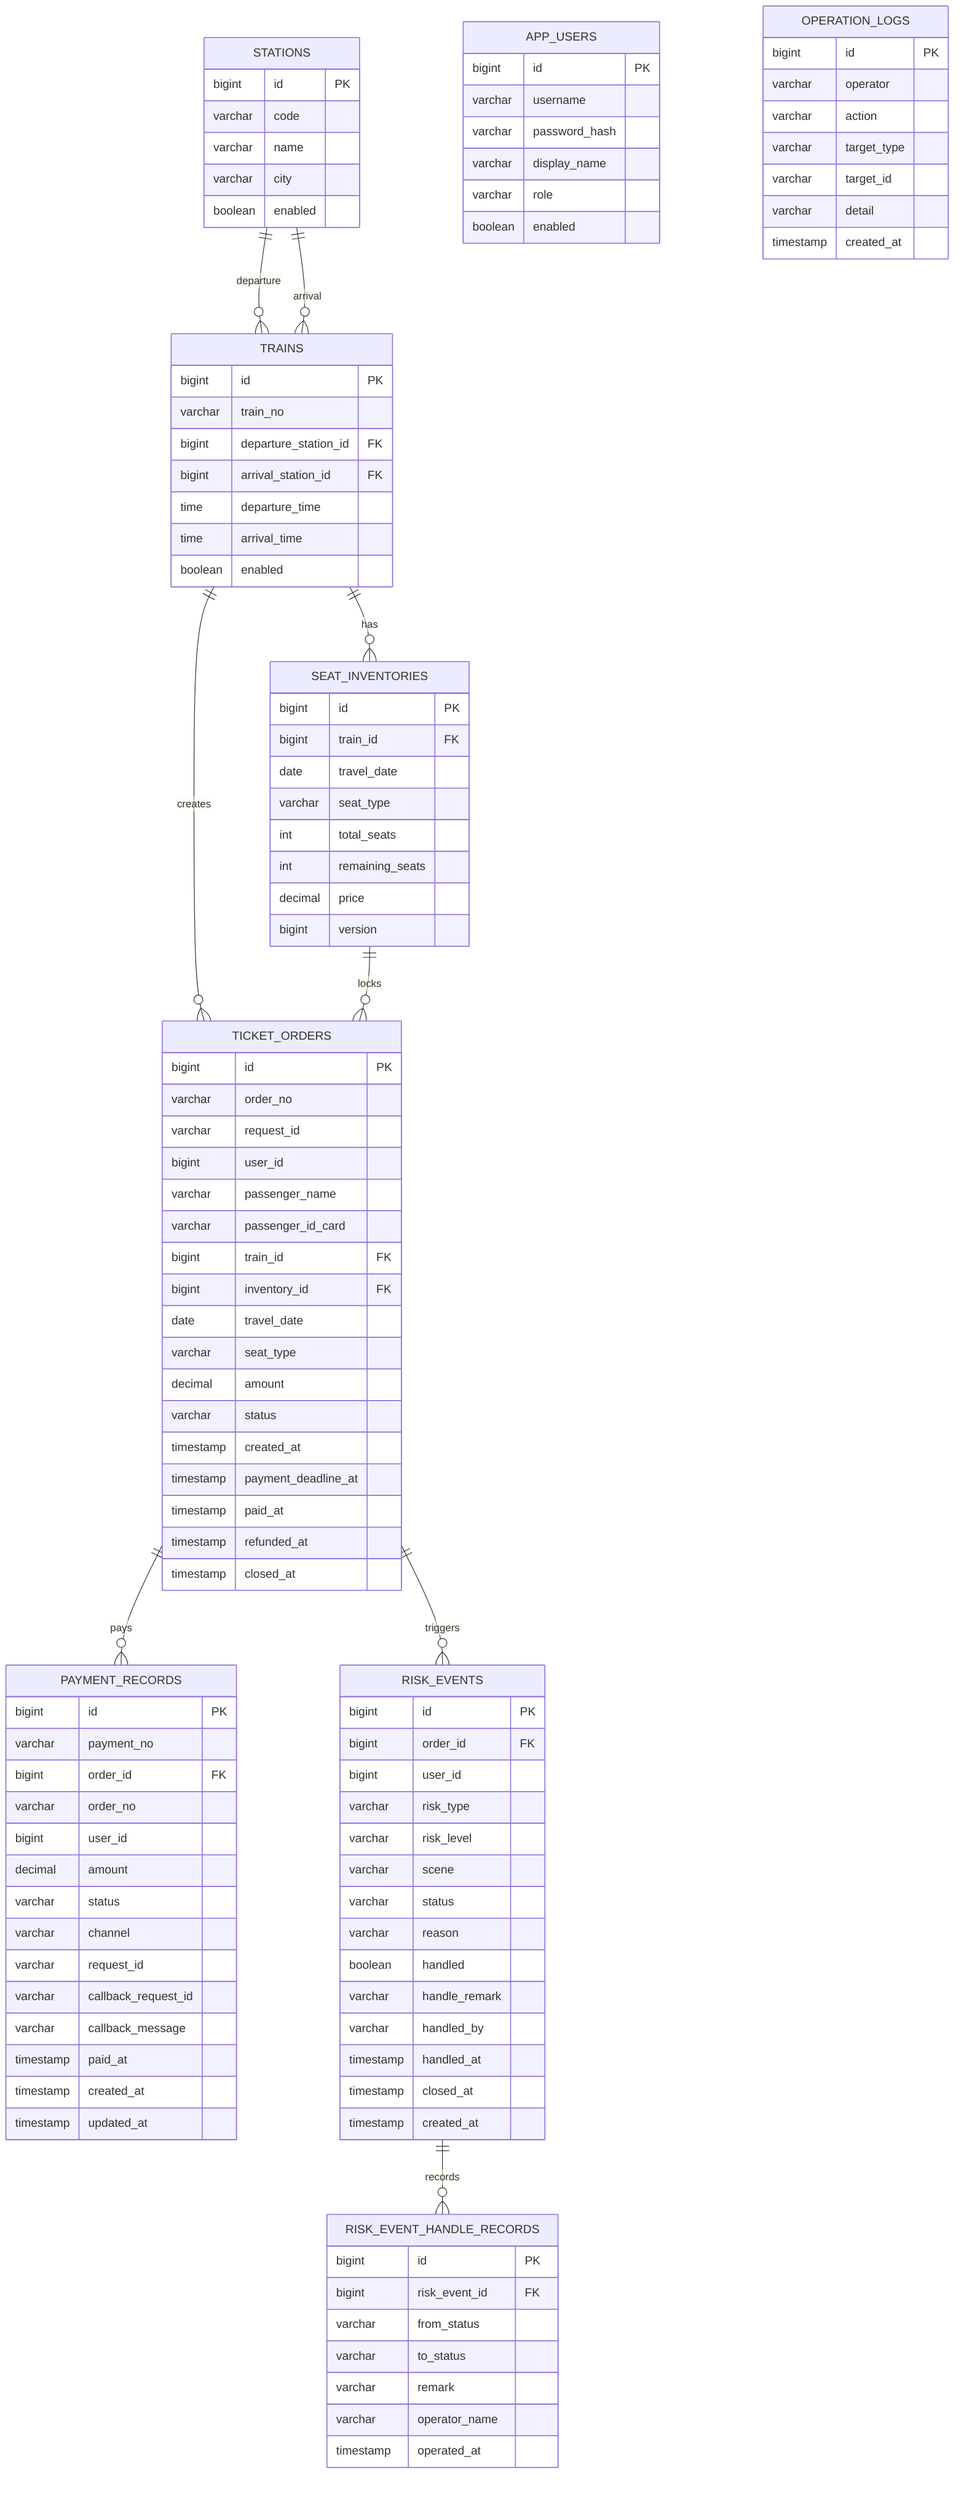
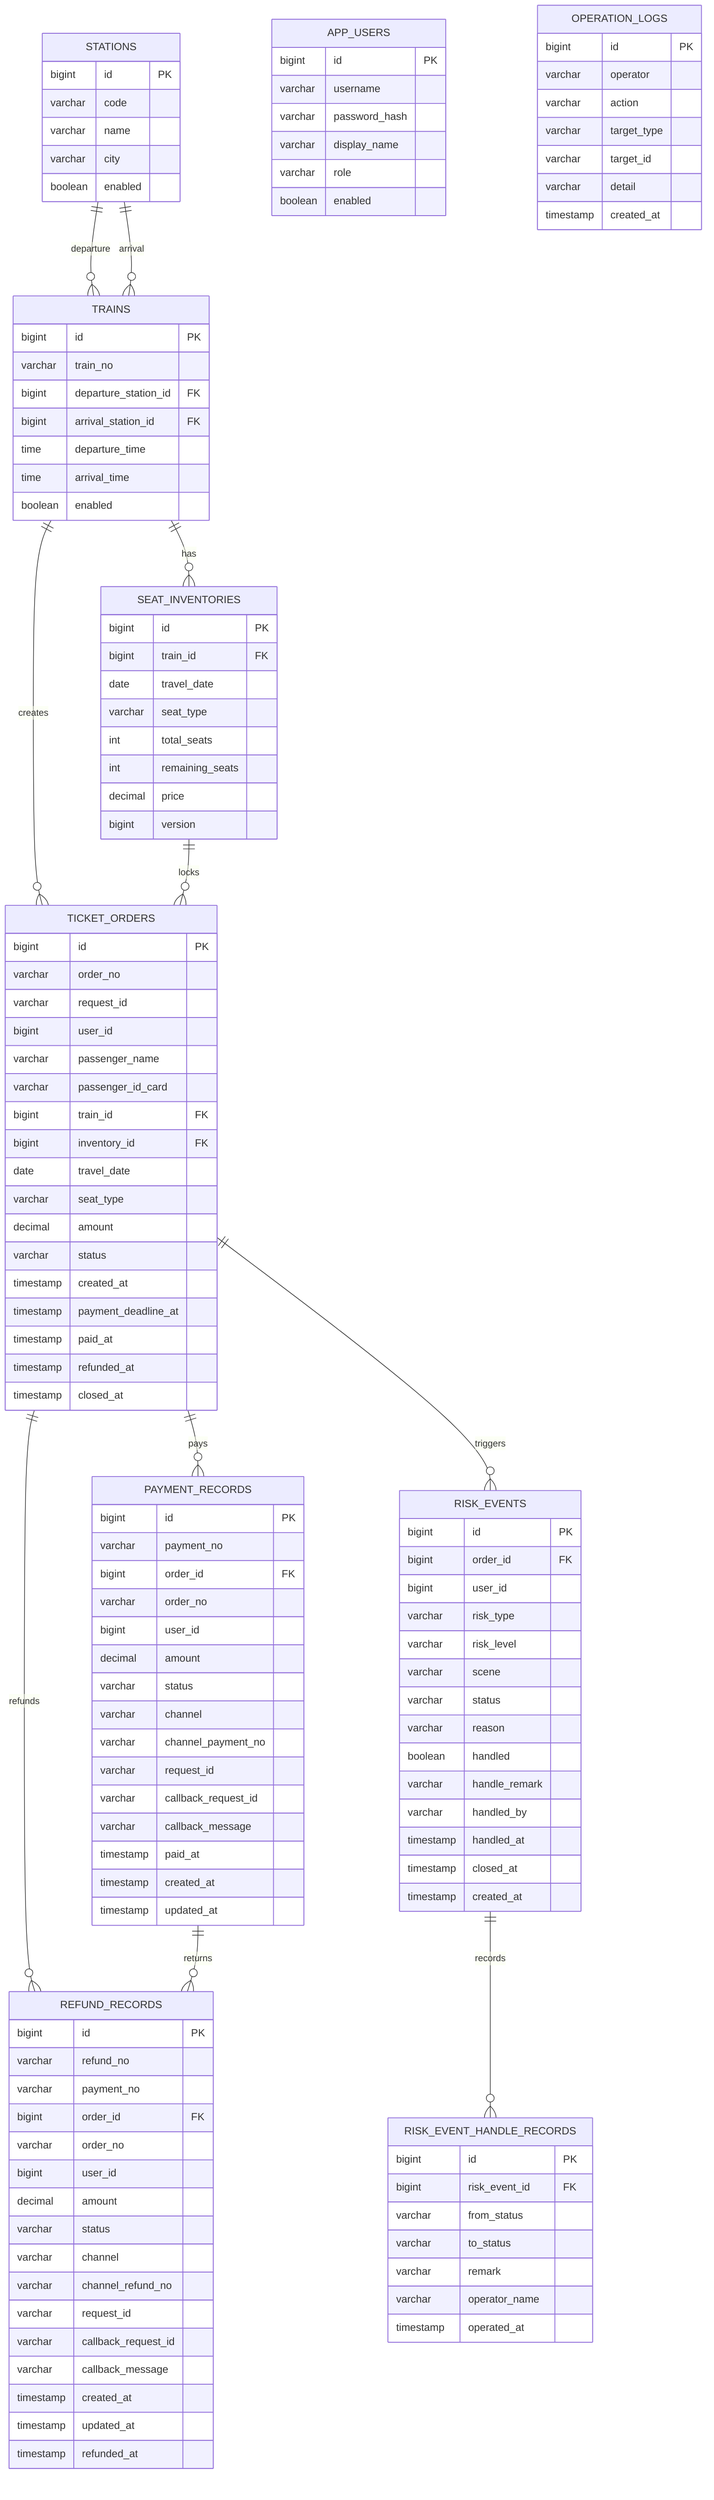
erDiagram
    STATIONS ||--o{ TRAINS : departure
    STATIONS ||--o{ TRAINS : arrival
    TRAINS ||--o{ SEAT_INVENTORIES : has
    TRAINS ||--o{ TICKET_ORDERS : creates
    SEAT_INVENTORIES ||--o{ TICKET_ORDERS : locks
    TICKET_ORDERS ||--o{ PAYMENT_RECORDS : pays
+     TICKET_ORDERS ||--o{ REFUND_RECORDS : refunds
+     PAYMENT_RECORDS ||--o{ REFUND_RECORDS : returns
    TICKET_ORDERS ||--o{ RISK_EVENTS : triggers
    RISK_EVENTS ||--o{ RISK_EVENT_HANDLE_RECORDS : records

    APP_USERS {
        bigint id PK
        varchar username
        varchar password_hash
        varchar display_name
        varchar role
        boolean enabled
    }

    STATIONS {
        bigint id PK
        varchar code
        varchar name
        varchar city
        boolean enabled
    }

    TRAINS {
        bigint id PK
        varchar train_no
        bigint departure_station_id FK
        bigint arrival_station_id FK
        time departure_time
        time arrival_time
        boolean enabled
    }

    SEAT_INVENTORIES {
        bigint id PK
        bigint train_id FK
        date travel_date
        varchar seat_type
        int total_seats
        int remaining_seats
        decimal price
        bigint version
    }

    TICKET_ORDERS {
        bigint id PK
        varchar order_no
        varchar request_id
        bigint user_id
        varchar passenger_name
        varchar passenger_id_card
        bigint train_id FK
        bigint inventory_id FK
        date travel_date
        varchar seat_type
        decimal amount
        varchar status
        timestamp created_at
        timestamp payment_deadline_at
        timestamp paid_at
        timestamp refunded_at
        timestamp closed_at
    }

    RISK_EVENTS {
        bigint id PK
        bigint order_id FK
        bigint user_id
        varchar risk_type
        varchar risk_level
        varchar scene
        varchar status
        varchar reason
        boolean handled
        varchar handle_remark
        varchar handled_by
        timestamp handled_at
        timestamp closed_at
        timestamp created_at
    }

    RISK_EVENT_HANDLE_RECORDS {
        bigint id PK
        bigint risk_event_id FK
        varchar from_status
        varchar to_status
        varchar remark
        varchar operator_name
        timestamp operated_at
    }

    PAYMENT_RECORDS {
        bigint id PK
        varchar payment_no
        bigint order_id FK
        varchar order_no
        bigint user_id
        decimal amount
        varchar status
        varchar channel
+         varchar channel_payment_no
        varchar request_id
        varchar callback_request_id
        varchar callback_message
        timestamp paid_at
        timestamp created_at
        timestamp updated_at
+     }
+ 
+     REFUND_RECORDS {
+         bigint id PK
+         varchar refund_no
+         varchar payment_no
+         bigint order_id FK
+         varchar order_no
+         bigint user_id
+         decimal amount
+         varchar status
+         varchar channel
+         varchar channel_refund_no
+         varchar request_id
+         varchar callback_request_id
+         varchar callback_message
+         timestamp created_at
+         timestamp updated_at
+         timestamp refunded_at
    }

    OPERATION_LOGS {
        bigint id PK
        varchar operator
        varchar action
        varchar target_type
        varchar target_id
        varchar detail
        timestamp created_at
    }
